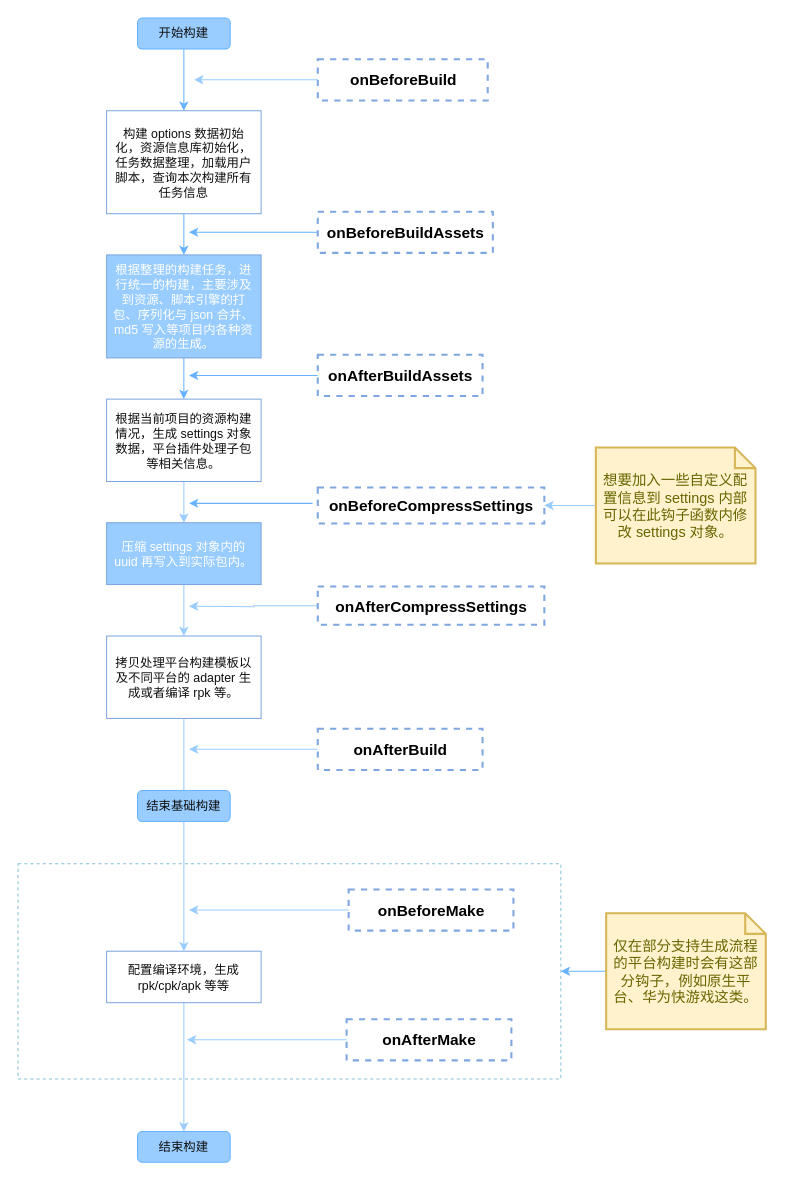
This is zh/editor/publish/custom-project-build-template/build-process-public.drawio from cocos/cocos-docs, a draw.io file, before an edit. Source tidied: cells renumbered, new cells numbered last; positions are measured from the earlier drawing's top-left corner, leaving out a move shared by most shapes. Both pictures are drawn from the tidied source at 103%, with x=0, y=0 at pixel (18, 18).
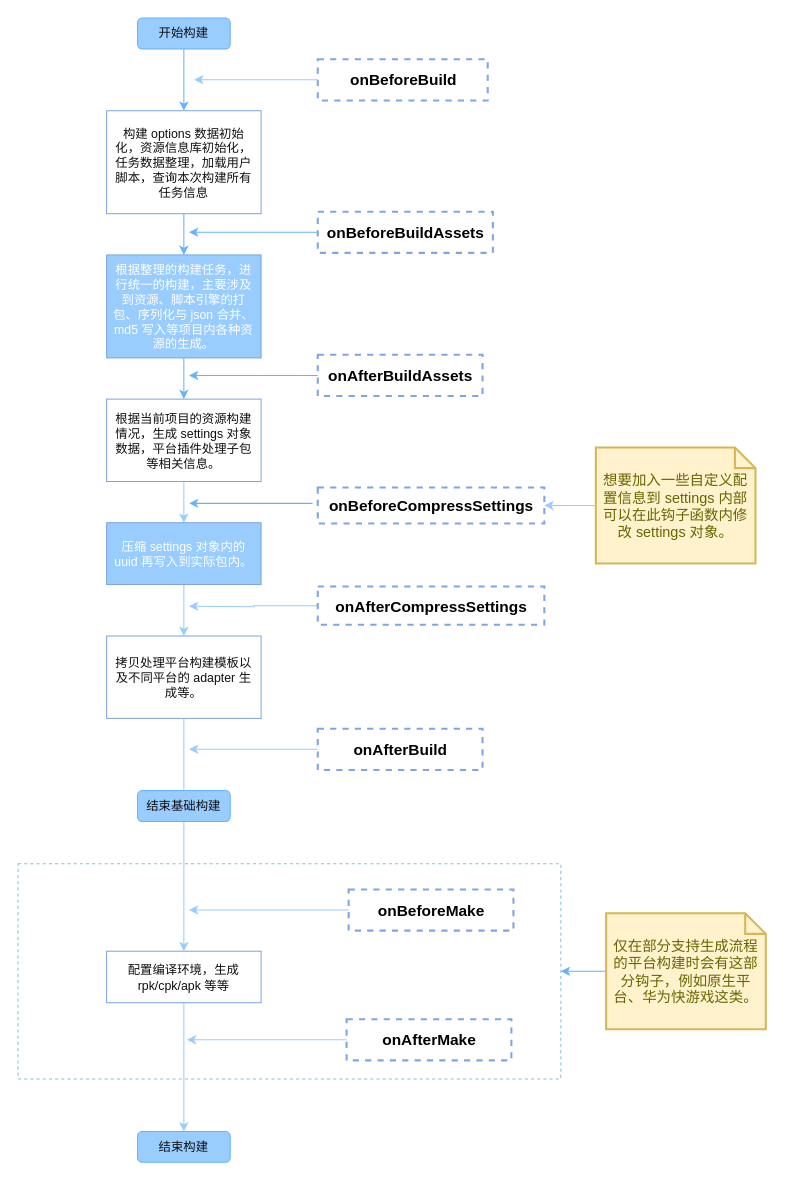
The same page after the edit.

Diff of the diagram source:
```diff
@@
-    <mxCell id="29" value="拷贝处理平台构建模板以及不同平台的 adapter 生成或者编译 rpk 等。" style="rounded=0;whiteSpace=wrap;html=1;fillColor=none;strokeColor=#7EA6E0;fontColor=#0F0F0F;spacingTop=2;spacingLeft=4;spacingRight=4;" parent="1" vertex="1">
+    <mxCell id="29" value="拷贝处理平台构建模板以及不同平台的 adapter 生成等。" style="rounded=0;whiteSpace=wrap;html=1;fillColor=none;strokeColor=#7EA6E0;fontColor=#0F0F0F;spacingTop=2;spacingLeft=4;spacingRight=4;" parent="1" vertex="1">
       <mxGeometry x="86" y="600" width="150" height="80" as="geometry" />
     </mxCell>
```
